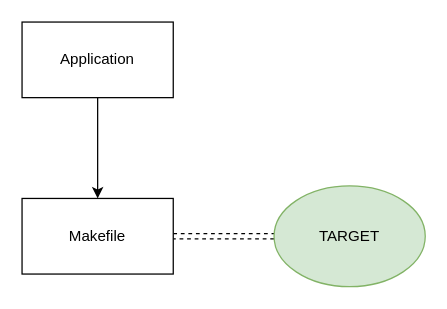
This is Untitled Diagram.drawio from wangpengabc/test, a draw.io file, before an edit. Source tidied: cells renumbered, new cells numbered last; positions are measured from the earlier drawing's top-left corner, leaving out a move shared by most shapes. Both pictures are drawn from the tidied source at 126%, with x=0, y=0 at pixel (21, 21).
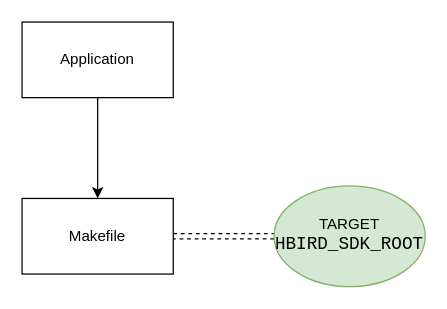
The same page after the edit.

Diff of the diagram source:
```diff
@@
 <mxGraphModel background="#ffffff">
   <root>
     <mxCell id="0" />
     <mxCell id="1" parent="0" />
     <mxCell id="2" style="edgeStyle=elbowEdgeStyle;rounded=0;jettySize=auto;elbow=vertical;html=1;" parent="1" edge="1" source="3" target="5">
       <mxGeometry relative="1" as="geometry" />
     </mxCell>
     <mxCell id="3" value="Application" style="rounded=0;whiteSpace=wrap;html=1;" parent="1" vertex="1">
       <mxGeometry width="120" height="60" as="geometry" />
     </mxCell>
     <mxCell id="4" style="jettySize=auto;elbow=vertical;html=1;shape=link;dashed=1;" parent="1" edge="1" source="5" target="6">
       <mxGeometry relative="1" as="geometry" />
     </mxCell>
     <mxCell id="5" value="Makefile" style="rounded=0;whiteSpace=wrap;html=1;" parent="1" vertex="1">
       <mxGeometry y="140" width="120" height="60" as="geometry" />
     </mxCell>
-    <mxCell id="6" value="TARGET" style="ellipse;whiteSpace=wrap;html=1;rounded=0;fillColor=#d5e8d4;strokeColor=#82b366;" parent="1" vertex="1">
+    <mxCell id="6" value="TARGET&lt;br&gt;&lt;div style=&quot;font-family: &amp;#34;droid sans mono&amp;#34; , monospace , monospace , &amp;#34;droid sans fallback&amp;#34; ; font-size: 14px ; line-height: 19px&quot;&gt;HBIRD_SDK_ROOT&lt;/div&gt;" style="ellipse;whiteSpace=wrap;html=1;rounded=0;fillColor=#d5e8d4;strokeColor=#82b366;" parent="1" vertex="1">
       <mxGeometry x="200" y="130" width="120" height="80" as="geometry" />
     </mxCell>
   </root>
 </mxGraphModel>
```
